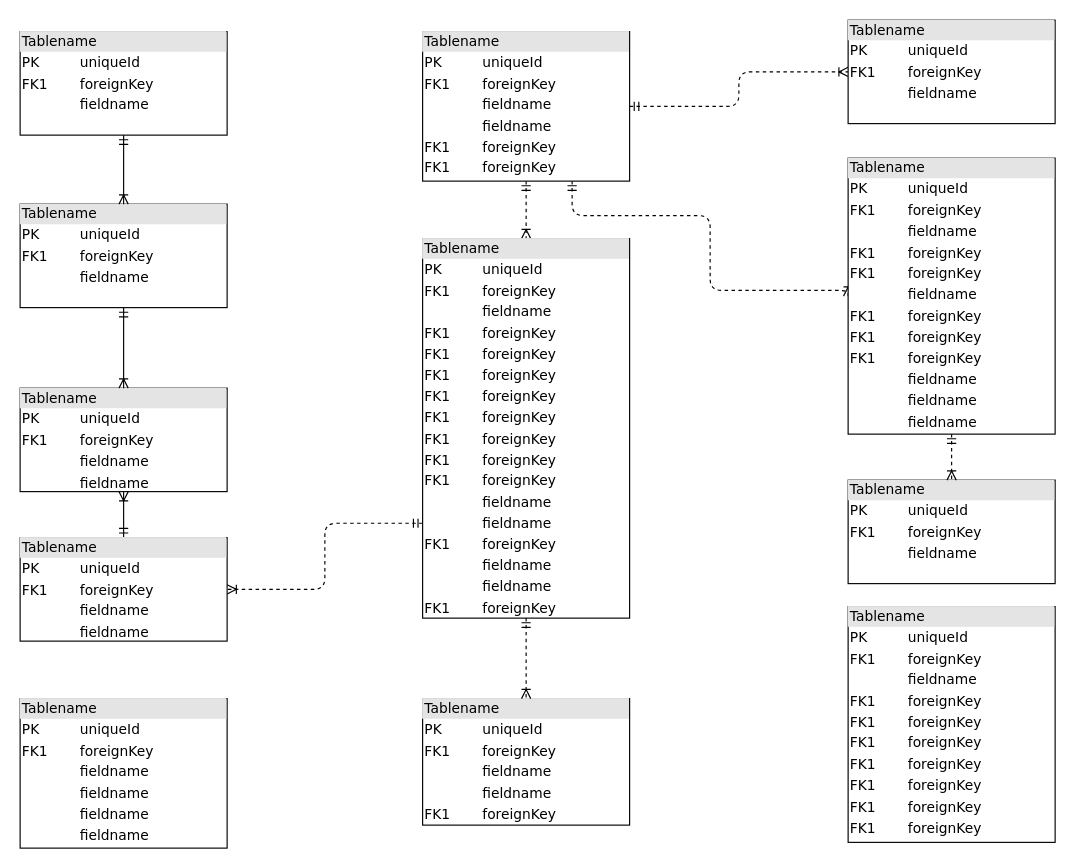
The draw.io diagram db2.drawio in igoresz/drawio_diagrams, before the edit. Source tidied: cells renumbered, new cells numbered last; positions are measured from the earlier drawing's top-left corner, leaving out a move shared by most shapes. Both pictures are drawn from the tidied source at 115%, with x=0, y=0 at pixel (20, 20).
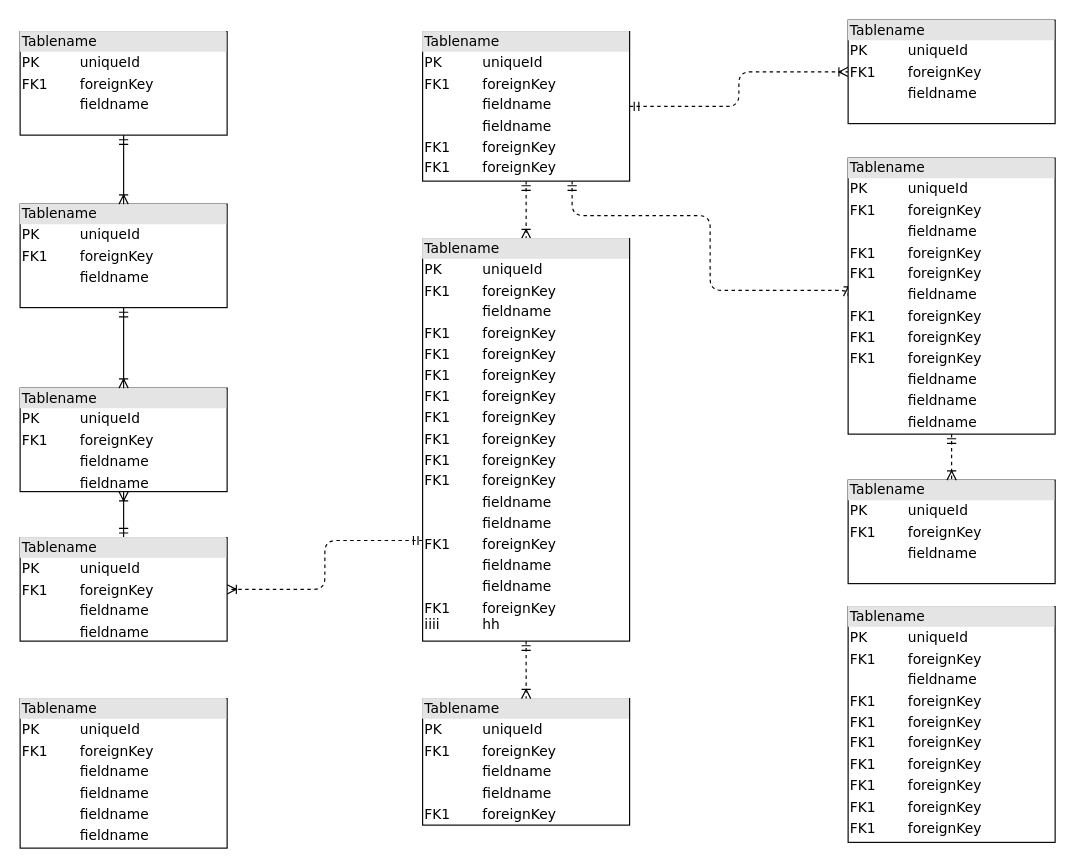
The same page after the edit.

The edit, as a diff of the source:
```diff
@@
-    <mxCell id="16" value="&lt;div style=&quot;box-sizing: border-box ; width: 100% ; background: #e4e4e4 ; padding: 2px&quot;&gt;Tablename&lt;/div&gt;&lt;table style=&quot;width: 100% ; font-size: 1em&quot; cellpadding=&quot;2&quot; cellspacing=&quot;0&quot;&gt;&lt;tbody&gt;&lt;tr&gt;&lt;td&gt;PK&lt;/td&gt;&lt;td&gt;uniqueId&lt;/td&gt;&lt;/tr&gt;&lt;tr&gt;&lt;td&gt;FK1&lt;/td&gt;&lt;td&gt;foreignKey&lt;/td&gt;&lt;/tr&gt;&lt;tr&gt;&lt;td&gt;&lt;/td&gt;&lt;td&gt;fieldname&lt;/td&gt;&lt;/tr&gt;&lt;tr&gt;&lt;td&gt;FK1&lt;br&gt;&lt;/td&gt;&lt;td&gt;foreignKey&lt;br&gt;&lt;/td&gt;&lt;/tr&gt;&lt;tr&gt;&lt;td&gt;FK1&lt;br&gt;&lt;/td&gt;&lt;td&gt;foreignKey&lt;br&gt;&lt;/td&gt;&lt;/tr&gt;&lt;tr&gt;&lt;td&gt;FK1&lt;br&gt;&lt;/td&gt;&lt;td&gt;foreignKey&lt;br&gt;&lt;/td&gt;&lt;/tr&gt;&lt;tr&gt;&lt;td&gt;FK1&lt;br&gt;&lt;/td&gt;&lt;td&gt;foreignKey&lt;br&gt;&lt;/td&gt;&lt;/tr&gt;&lt;tr&gt;&lt;td&gt;FK1&lt;br&gt;&lt;/td&gt;&lt;td&gt;foreignKey&lt;br&gt;&lt;/td&gt;&lt;/tr&gt;&lt;tr&gt;&lt;td&gt;FK1&lt;br&gt;&lt;/td&gt;&lt;td&gt;foreignKey&lt;br&gt;&lt;/td&gt;&lt;/tr&gt;&lt;tr&gt;&lt;td&gt;FK1&lt;br&gt;&lt;/td&gt;&lt;td&gt;foreignKey&lt;br&gt;&lt;/td&gt;&lt;/tr&gt;&lt;tr&gt;&lt;td&gt;FK1&lt;br&gt;&lt;/td&gt;&lt;td&gt;foreignKey&lt;br&gt;&lt;/td&gt;&lt;/tr&gt;&lt;tr&gt;&lt;td&gt;&lt;br&gt;&lt;/td&gt;&lt;td&gt;fieldname&lt;br&gt;&lt;/td&gt;&lt;/tr&gt;&lt;tr&gt;&lt;td&gt;&lt;br&gt;&lt;/td&gt;&lt;td&gt;fieldname&lt;br&gt;&lt;/td&gt;&lt;/tr&gt;&lt;tr&gt;&lt;td&gt;FK1&lt;br&gt;&lt;/td&gt;&lt;td&gt;foreignKey&lt;br&gt;&lt;/td&gt;&lt;/tr&gt;&lt;tr&gt;&lt;td&gt;&lt;br&gt;&lt;/td&gt;&lt;td&gt;fieldname&lt;br&gt;&lt;/td&gt;&lt;/tr&gt;&lt;tr&gt;&lt;td&gt;&lt;br&gt;&lt;/td&gt;&lt;td&gt;fieldname&lt;br&gt;&lt;/td&gt;&lt;/tr&gt;&lt;tr&gt;&lt;td&gt;FK1&lt;br&gt;&lt;/td&gt;&lt;td&gt;foreignKey&lt;br&gt;&lt;/td&gt;&lt;/tr&gt;&lt;/tbody&gt;&lt;/table&gt;" style="verticalAlign=top;align=left;overflow=fill;html=1;rounded=0;shadow=0;comic=0;labelBackgroundColor=none;strokeWidth=1;fontFamily=Verdana;fontSize=12;" parent="1" vertex="1">
-      <mxGeometry x="350" y="190" width="180" height="330" as="geometry" />
+    <mxCell id="16" value="&lt;div style=&quot;box-sizing: border-box ; width: 100% ; background: #e4e4e4 ; padding: 2px&quot;&gt;Tablename&lt;/div&gt;&lt;table style=&quot;width: 100% ; font-size: 1em&quot; cellpadding=&quot;2&quot; cellspacing=&quot;0&quot;&gt;&lt;tbody&gt;&lt;tr&gt;&lt;td&gt;PK&lt;/td&gt;&lt;td&gt;uniqueId&lt;/td&gt;&lt;/tr&gt;&lt;tr&gt;&lt;td&gt;FK1&lt;/td&gt;&lt;td&gt;foreignKey&lt;/td&gt;&lt;/tr&gt;&lt;tr&gt;&lt;td&gt;&lt;/td&gt;&lt;td&gt;fieldname&lt;/td&gt;&lt;/tr&gt;&lt;tr&gt;&lt;td&gt;FK1&lt;br&gt;&lt;/td&gt;&lt;td&gt;foreignKey&lt;br&gt;&lt;/td&gt;&lt;/tr&gt;&lt;tr&gt;&lt;td&gt;FK1&lt;br&gt;&lt;/td&gt;&lt;td&gt;foreignKey&lt;br&gt;&lt;/td&gt;&lt;/tr&gt;&lt;tr&gt;&lt;td&gt;FK1&lt;br&gt;&lt;/td&gt;&lt;td&gt;foreignKey&lt;br&gt;&lt;/td&gt;&lt;/tr&gt;&lt;tr&gt;&lt;td&gt;FK1&lt;br&gt;&lt;/td&gt;&lt;td&gt;foreignKey&lt;br&gt;&lt;/td&gt;&lt;/tr&gt;&lt;tr&gt;&lt;td&gt;FK1&lt;br&gt;&lt;/td&gt;&lt;td&gt;foreignKey&lt;br&gt;&lt;/td&gt;&lt;/tr&gt;&lt;tr&gt;&lt;td&gt;FK1&lt;br&gt;&lt;/td&gt;&lt;td&gt;foreignKey&lt;br&gt;&lt;/td&gt;&lt;/tr&gt;&lt;tr&gt;&lt;td&gt;FK1&lt;br&gt;&lt;/td&gt;&lt;td&gt;foreignKey&lt;br&gt;&lt;/td&gt;&lt;/tr&gt;&lt;tr&gt;&lt;td&gt;FK1&lt;br&gt;&lt;/td&gt;&lt;td&gt;foreignKey&lt;br&gt;&lt;/td&gt;&lt;/tr&gt;&lt;tr&gt;&lt;td&gt;&lt;br&gt;&lt;/td&gt;&lt;td&gt;fieldname&lt;br&gt;&lt;/td&gt;&lt;/tr&gt;&lt;tr&gt;&lt;td&gt;&lt;br&gt;&lt;/td&gt;&lt;td&gt;fieldname&lt;br&gt;&lt;/td&gt;&lt;/tr&gt;&lt;tr&gt;&lt;td&gt;FK1&lt;br&gt;&lt;/td&gt;&lt;td&gt;foreignKey&lt;br&gt;&lt;/td&gt;&lt;/tr&gt;&lt;tr&gt;&lt;td&gt;&lt;br&gt;&lt;/td&gt;&lt;td&gt;fieldname&lt;br&gt;&lt;/td&gt;&lt;/tr&gt;&lt;tr&gt;&lt;td&gt;&lt;br&gt;&lt;/td&gt;&lt;td&gt;fieldname&lt;br&gt;&lt;/td&gt;&lt;/tr&gt;&lt;tr&gt;&lt;td&gt;FK1&lt;br&gt;iiii&lt;/td&gt;&lt;td&gt;foreignKey&lt;br&gt;hh&lt;/td&gt;&lt;/tr&gt;&lt;/tbody&gt;&lt;/table&gt;" style="verticalAlign=top;align=left;overflow=fill;html=1;rounded=0;shadow=0;comic=0;labelBackgroundColor=none;strokeWidth=1;fontFamily=Verdana;fontSize=12;" parent="1" vertex="1">
+      <mxGeometry x="350" y="190" width="180" height="350" as="geometry" />
     </mxCell>
```
